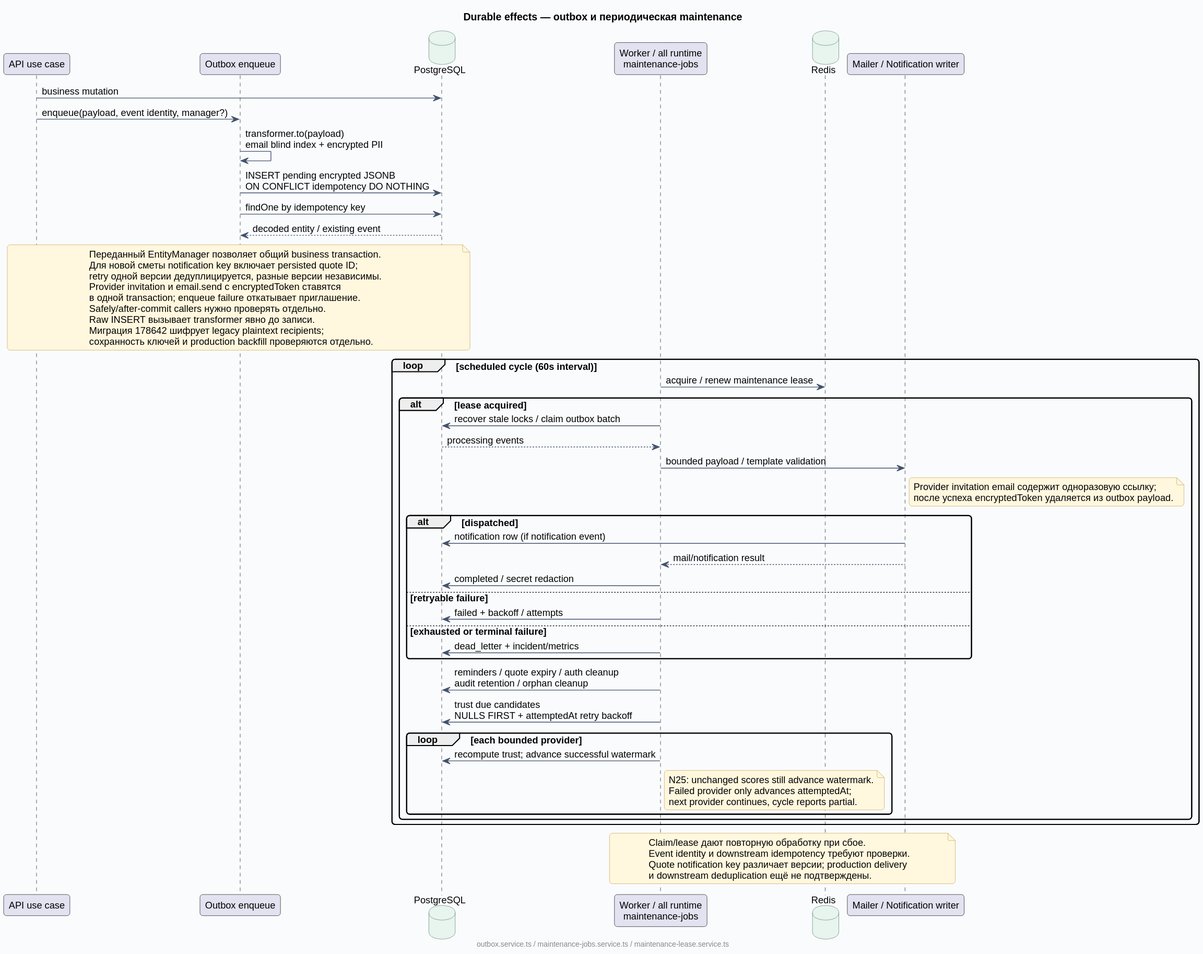
Dima163163/auto-care-hub keeps this PlantUML diagram as docs/diagrams/rendered/08-outbox-maintenance.svg. Above is the earlier version.
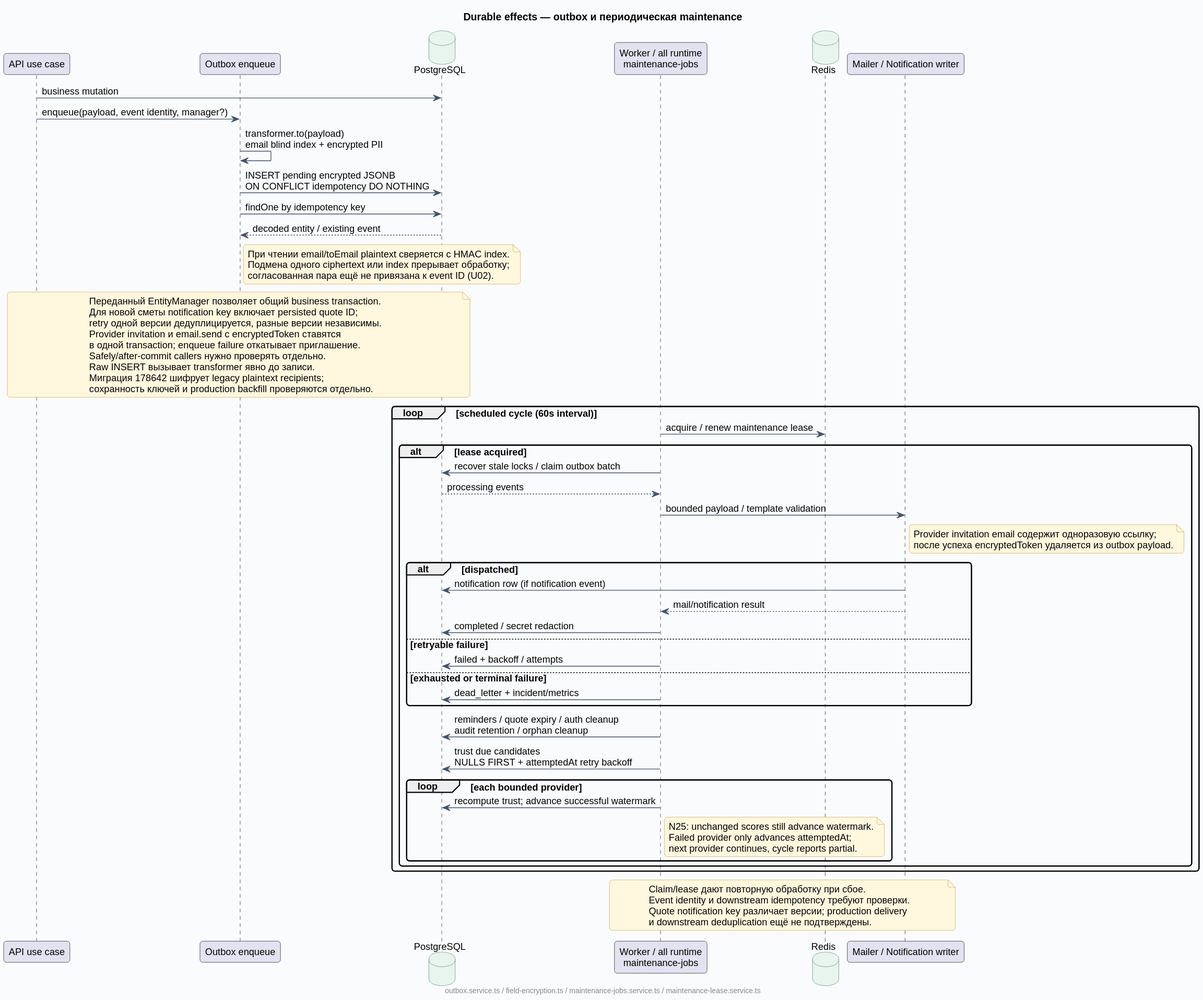
Above is the later version.

Commit message:
fix: verify outbox encrypted email against blind index (#18)

The edit, as a diff of the source:
```diff
@@ -13,6 +13,11 @@
 Queue -> PG : INSERT pending encrypted JSONB\nON CONFLICT idempotency DO NOTHING
 Queue -> PG : findOne by idempotency key
 PG --> Queue : decoded entity / existing event
+note right of Queue
+  При чтении email/toEmail plaintext сверяется с HMAC index.
+  Подмена одного ciphertext или index прерывает обработку;
+  согласованная пара ещё не привязана к event ID (U02).
+end note
 note over API, PG
   Переданный EntityManager позволяет общий business transaction.
   Для новой сметы notification key включает persisted quote ID;
@@ -61,5 +66,5 @@
   Quote notification key различает версии; production delivery
   и downstream deduplication ещё не подтверждены.
 end note
-footer outbox.service.ts / maintenance-jobs.service.ts / maintenance-lease.service.ts
+footer outbox.service.ts / field-encryption.ts / maintenance-jobs.service.ts / maintenance-lease.service.ts
 @enduml
```
